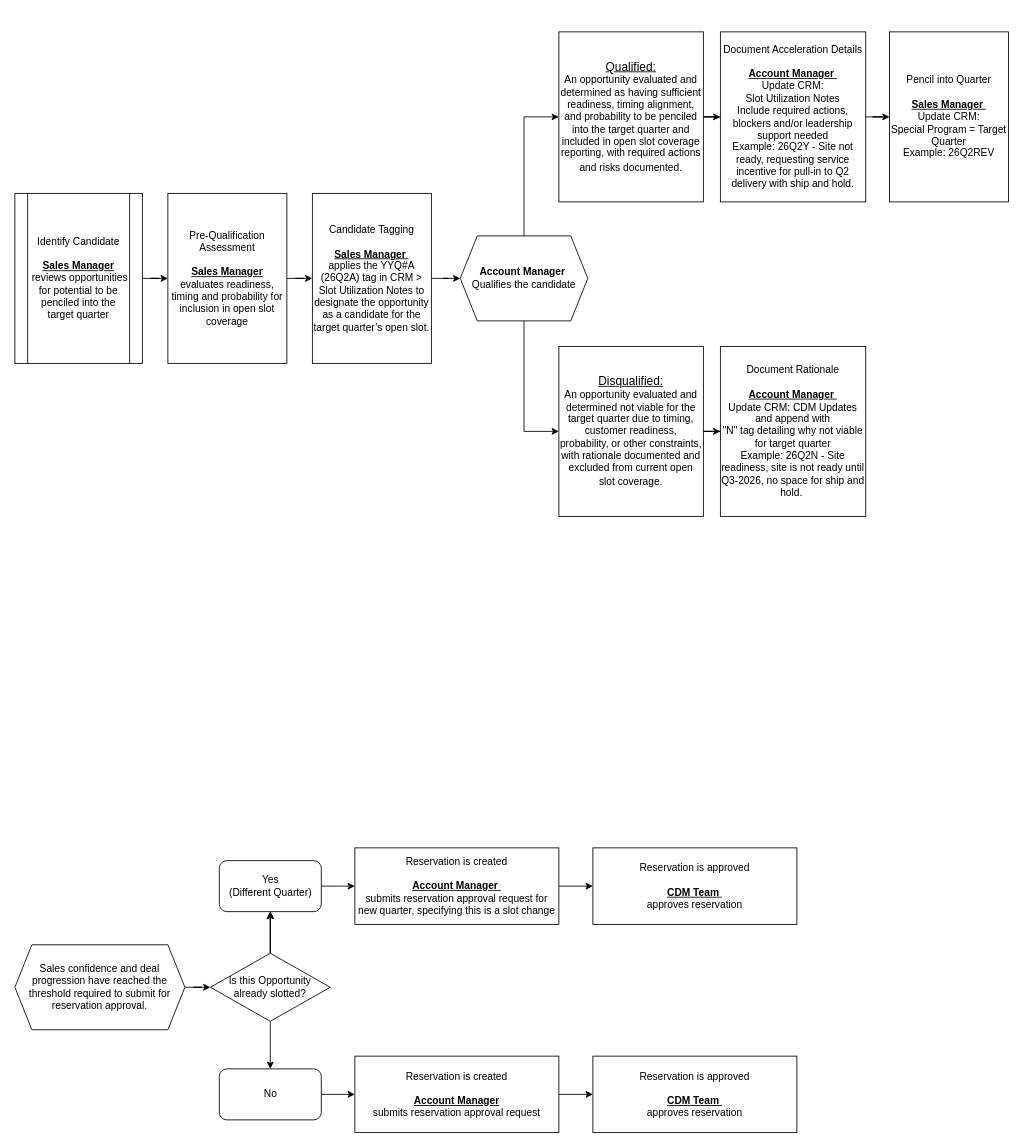
Above: page "Ideal State Landscape" (3 of 5) of md/Slot Optimization Program Qualification.drawio in dclose84/Training (draw.io), before the change. Source tidied: cells renumbered, new cells numbered last; positions are measured from the earlier drawing's top-left corner, leaving out a move shared by most shapes. Both pictures are drawn from the tidied source at 85%, with x=0, y=0 at pixel (14, 31).
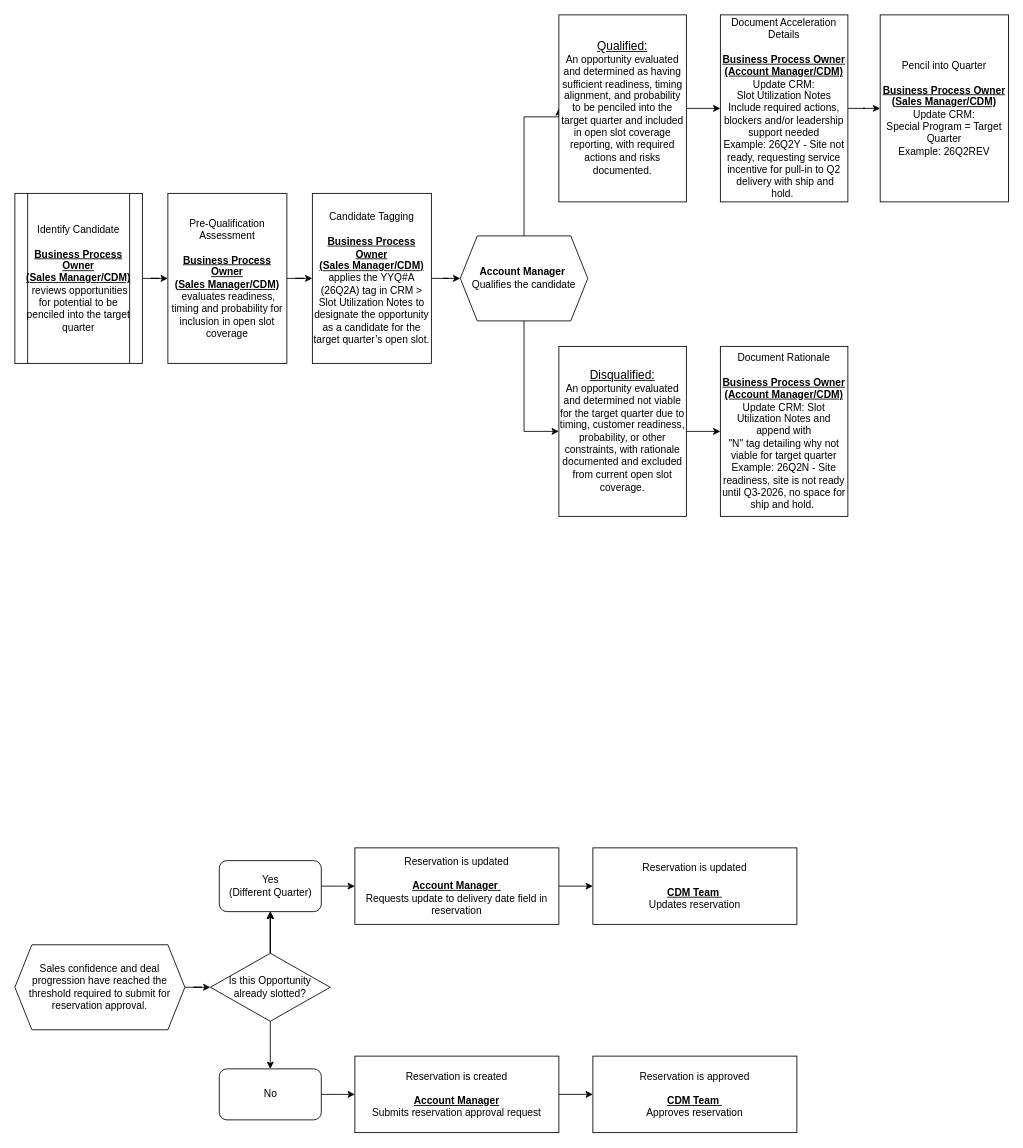
Above is the later version.

What changed in the source:
```diff
@@
-    <mxCell id="4" value="Pre-Qualification Assessment&lt;div&gt;&lt;br&gt;&lt;div&gt;&lt;b&gt;&lt;u&gt;Sales Manager&lt;/u&gt;&lt;/b&gt; evaluates readiness, timing and probability for inclusion in open slot coverage&lt;/div&gt;&lt;/div&gt;" style="whiteSpace=wrap;html=1;" parent="1" vertex="1">
+    <mxCell id="4" value="Pre-Qualification Assessment&lt;div&gt;&lt;br&gt;&lt;div&gt;&lt;u&gt;&lt;b&gt;Business Process Owner (&lt;/b&gt;&lt;/u&gt;&lt;u&gt;&lt;b&gt;Sales&amp;nbsp;&lt;/b&gt;&lt;/u&gt;&lt;u&gt;&lt;b&gt;Manager/CDM)&lt;/b&gt;&lt;/u&gt;&lt;/div&gt;&lt;div&gt;&amp;nbsp;evaluates readiness, timing and probability for inclusion in open slot coverage&lt;/div&gt;&lt;/div&gt;" style="whiteSpace=wrap;html=1;" parent="1" vertex="1">
       <mxGeometry x="180" y="190" width="140" height="200" as="geometry" />
     </mxCell>
@@
-    <mxCell id="6" value="&lt;div&gt;Candidate Tagging&lt;/div&gt;&lt;div&gt;&lt;br&gt;&lt;/div&gt;&lt;div&gt;&lt;u&gt;&lt;b&gt;Sales Manager&amp;nbsp;&lt;/b&gt;&lt;/u&gt;&lt;/div&gt;&lt;div&gt;applies the YYQ#A (26Q2A) tag in CRM &amp;gt; Slot Utilization Notes to designate the opportunity as a candidate for the target quarter’s open slot.&lt;/div&gt;" style="whiteSpace=wrap;html=1;" parent="1" vertex="1">
+    <mxCell id="6" value="&lt;div&gt;Candidate Tagging&lt;/div&gt;&lt;div&gt;&lt;br&gt;&lt;/div&gt;&lt;div&gt;&lt;div&gt;&lt;u&gt;&lt;b&gt;Business Process Owner (&lt;/b&gt;&lt;/u&gt;&lt;u&gt;&lt;b&gt;Sales&amp;nbsp;&lt;/b&gt;&lt;/u&gt;&lt;u&gt;&lt;b&gt;Manager/CDM)&lt;/b&gt;&lt;/u&gt;&lt;/div&gt;&lt;/div&gt;&lt;div&gt;applies the YYQ#A (26Q2A) tag in CRM &amp;gt; Slot Utilization Notes to designate the opportunity as a candidate for the target quarter’s open slot.&lt;/div&gt;" style="whiteSpace=wrap;html=1;" parent="1" vertex="1">
       <mxGeometry x="350" y="190" width="140" height="200" as="geometry" />
     </mxCell>
@@
     <mxCell id="8" value="&lt;font style=&quot;font-size: 14px;&quot;&gt;&lt;u&gt;Disqualified:&lt;/u&gt;&lt;/font&gt;&lt;div&gt;&lt;font style=&quot;&quot;&gt;&lt;font&gt;An opportunity evaluated and determined not viable for the target quarter due to timing, customer readiness, probability, or other constraints, with rationale documented and excluded from current open slot coverage.&lt;/font&gt;&lt;span style=&quot;font-size: 14px;&quot;&gt;&lt;u&gt;&lt;/u&gt;&lt;/span&gt;&lt;/font&gt;&lt;/div&gt;" style="rounded=0;whiteSpace=wrap;html=1;" parent="1" vertex="1">
-      <mxGeometry x="640" y="370" width="170" height="200" as="geometry" />
+      <mxGeometry x="640" y="370" width="150" height="200" as="geometry" />
     </mxCell>
-    <mxCell id="9" value="&lt;div&gt;Document Rationale&lt;/div&gt;&lt;div&gt;&lt;br&gt;&lt;/div&gt;&lt;div&gt;&lt;u&gt;&lt;b&gt;Account Manager&lt;/b&gt;&amp;nbsp;&lt;/u&gt;&lt;/div&gt;&lt;div&gt;Update CRM:&amp;nbsp;&lt;span style=&quot;background-color: transparent; color: light-dark(rgb(0, 0, 0), rgb(255, 255, 255));&quot;&gt;CDM Updates and append with &quot;N&quot;&amp;nbsp;tag&amp;nbsp;&lt;/span&gt;&lt;span style=&quot;background-color: transparent; color: light-dark(rgb(0, 0, 0), rgb(255, 255, 255));&quot;&gt;detailing why not viable for target quarter&lt;/span&gt;&lt;/div&gt;&lt;div&gt;&lt;span style=&quot;background-color: transparent; color: light-dark(rgb(0, 0, 0), rgb(255, 255, 255));&quot;&gt;Example: 26Q2N - Site readiness, site is not ready until Q3-2026, no space for ship and hold.&amp;nbsp;&lt;/span&gt;&lt;/div&gt;" style="rounded=0;whiteSpace=wrap;html=1;strokeColor=default;align=center;verticalAlign=middle;fontFamily=Helvetica;fontSize=12;fontColor=default;fillColor=default;" parent="1" vertex="1">
-      <mxGeometry x="830" y="370" width="171" height="200" as="geometry" />
+    <mxCell id="9" value="&lt;div&gt;Document Rationale&lt;/div&gt;&lt;div&gt;&lt;br&gt;&lt;/div&gt;&lt;div&gt;&lt;u style=&quot;background-color: transparent; color: light-dark(rgb(0, 0, 0), rgb(255, 255, 255));&quot;&gt;&lt;b&gt;Business Process Owner (Account Manager/CDM)&lt;/b&gt;&lt;/u&gt;&lt;/div&gt;&lt;div&gt;&lt;span style=&quot;background-color: transparent; color: light-dark(rgb(0, 0, 0), rgb(255, 255, 255));&quot;&gt;Update CRM:&amp;nbsp;&lt;/span&gt;Slot Utilization Notes&lt;span style=&quot;background-color: transparent; color: light-dark(rgb(0, 0, 0), rgb(255, 255, 255));&quot;&gt;&amp;nbsp;and append with &quot;N&quot;&amp;nbsp;tag&amp;nbsp;&lt;/span&gt;&lt;span style=&quot;background-color: transparent; color: light-dark(rgb(0, 0, 0), rgb(255, 255, 255));&quot;&gt;detailing why not viable for target quarter&lt;/span&gt;&lt;/div&gt;&lt;div&gt;&lt;span style=&quot;background-color: transparent; color: light-dark(rgb(0, 0, 0), rgb(255, 255, 255));&quot;&gt;Example: 26Q2N - Site readiness, site is not ready until Q3-2026, no space for ship and hold.&amp;nbsp;&lt;/span&gt;&lt;/div&gt;" style="rounded=0;whiteSpace=wrap;html=1;strokeColor=default;align=center;verticalAlign=middle;fontFamily=Helvetica;fontSize=12;fontColor=default;fillColor=default;" parent="1" vertex="1">
+      <mxGeometry x="830" y="370" width="150" height="200" as="geometry" />
     </mxCell>
@@
-    <mxCell id="19" value="&lt;div&gt;Pencil into Quarter&lt;/div&gt;&lt;div&gt;&lt;br&gt;&lt;/div&gt;&lt;div&gt;&lt;u&gt;&lt;b&gt;Sales Manager&lt;/b&gt;&amp;nbsp;&lt;/u&gt;&lt;/div&gt;&lt;div&gt;Update CRM:&lt;/div&gt;&lt;div&gt;&lt;span style=&quot;background-color: transparent; color: light-dark(rgb(0, 0, 0), rgb(255, 255, 255));&quot;&gt;Special Program = Target Quarter&lt;/span&gt;&lt;/div&gt;&lt;div&gt;&lt;span style=&quot;background-color: transparent; color: light-dark(rgb(0, 0, 0), rgb(255, 255, 255));&quot;&gt;Example: 26Q2REV&lt;/span&gt;&lt;/div&gt;" style="rounded=0;whiteSpace=wrap;html=1;strokeColor=default;align=center;verticalAlign=middle;fontFamily=Helvetica;fontSize=12;fontColor=default;fillColor=default;" parent="1" vertex="1">
-      <mxGeometry x="1029" width="140" height="200" as="geometry" />
+    <mxCell id="19" value="&lt;div&gt;Pencil into Quarter&lt;/div&gt;&lt;div&gt;&lt;br&gt;&lt;/div&gt;&lt;div&gt;&lt;u&gt;&lt;b&gt;Business Process Owner (&lt;/b&gt;&lt;/u&gt;&lt;u&gt;&lt;b&gt;Sales&amp;nbsp;&lt;/b&gt;&lt;/u&gt;&lt;u&gt;&lt;b&gt;Manager/CDM)&lt;/b&gt;&lt;/u&gt;&lt;/div&gt;&lt;div&gt;Update CRM:&lt;/div&gt;&lt;div&gt;&lt;span style=&quot;background-color: transparent; color: light-dark(rgb(0, 0, 0), rgb(255, 255, 255));&quot;&gt;Special Program = Target Quarter&lt;/span&gt;&lt;/div&gt;&lt;div&gt;&lt;span style=&quot;background-color: transparent; color: light-dark(rgb(0, 0, 0), rgb(255, 255, 255));&quot;&gt;Example: 26Q2REV&lt;/span&gt;&lt;/div&gt;" style="rounded=0;whiteSpace=wrap;html=1;strokeColor=default;align=center;verticalAlign=middle;fontFamily=Helvetica;fontSize=12;fontColor=default;fillColor=default;" parent="1" vertex="1">
+      <mxGeometry x="1018" y="-20" width="151" height="220" as="geometry" />
     </mxCell>
@@
-    <mxCell id="21" value="&lt;div&gt;Identify Candidate&lt;/div&gt;&lt;div&gt;&lt;b&gt;&lt;u&gt;&lt;br&gt;&lt;/u&gt;&lt;/b&gt;&lt;/div&gt;&lt;div&gt;&lt;b&gt;&lt;u&gt;Sales Manager&lt;/u&gt;&lt;/b&gt;&lt;/div&gt;&lt;div&gt;&amp;nbsp;reviews opportunities for potential to be penciled into the target quarter&lt;/div&gt;" style="shape=process;whiteSpace=wrap;html=1;backgroundOutline=1;" parent="1" vertex="1">
+    <mxCell id="21" value="&lt;div&gt;Identify Candidate&lt;/div&gt;&lt;div&gt;&lt;b&gt;&lt;u&gt;&lt;br&gt;&lt;/u&gt;&lt;/b&gt;&lt;/div&gt;&lt;div&gt;&lt;u&gt;&lt;b&gt;Business Process Owner (&lt;/b&gt;&lt;/u&gt;&lt;u&gt;&lt;b&gt;Sales&amp;nbsp;&lt;/b&gt;&lt;/u&gt;&lt;u&gt;&lt;b&gt;Manager/CDM)&lt;/b&gt;&lt;/u&gt;&lt;/div&gt;&lt;div&gt;&lt;span style=&quot;background-color: transparent; color: light-dark(rgb(0, 0, 0), rgb(255, 255, 255));&quot;&gt;&amp;nbsp;reviews opportunities for potential to be penciled into the target quarter&lt;/span&gt;&lt;/div&gt;" style="shape=process;whiteSpace=wrap;html=1;backgroundOutline=1;" parent="1" vertex="1">
       <mxGeometry y="190" width="150" height="200" as="geometry" />
     </mxCell>
@@
-    <mxCell id="28" value="&lt;div&gt;Reservation is created&lt;/div&gt;&lt;div&gt;&lt;br&gt;&lt;/div&gt;&lt;div&gt;&lt;u&gt;&lt;b&gt;Account Manager&lt;/b&gt;&amp;nbsp;&lt;/u&gt;&lt;/div&gt;&lt;div&gt;submits reservation approval request for new quarter, specifying this is a slot change&lt;br&gt;&lt;/div&gt;" style="rounded=0;whiteSpace=wrap;html=1;strokeColor=default;align=center;verticalAlign=middle;fontFamily=Helvetica;fontSize=12;fontColor=default;fillColor=default;" parent="1" vertex="1">
+    <mxCell id="28" value="&lt;div&gt;Reservation is updated&lt;/div&gt;&lt;div&gt;&lt;br&gt;&lt;/div&gt;&lt;div&gt;&lt;u&gt;&lt;b&gt;Account Manager&lt;/b&gt;&amp;nbsp;&lt;/u&gt;&lt;/div&gt;&lt;div&gt;Requests update to delivery date field in reservation&lt;/div&gt;" style="rounded=0;whiteSpace=wrap;html=1;strokeColor=default;align=center;verticalAlign=middle;fontFamily=Helvetica;fontSize=12;fontColor=default;fillColor=default;" parent="1" vertex="1">
       <mxGeometry x="400" y="960" width="240" height="90" as="geometry" />
     </mxCell>
@@
-    <mxCell id="30" value="&lt;div&gt;Reservation is created&lt;/div&gt;&lt;div&gt;&lt;br&gt;&lt;/div&gt;&lt;div&gt;&lt;b&gt;&lt;u&gt;Account Manager&lt;/u&gt;&lt;/b&gt;&lt;/div&gt;&lt;div&gt;submits reservation approval request&lt;br&gt;&lt;/div&gt;" style="rounded=0;whiteSpace=wrap;html=1;strokeColor=default;align=center;verticalAlign=middle;fontFamily=Helvetica;fontSize=12;fontColor=default;fillColor=default;" parent="1" vertex="1">
+    <mxCell id="30" value="&lt;div&gt;Reservation is created&lt;/div&gt;&lt;div&gt;&lt;br&gt;&lt;/div&gt;&lt;div&gt;&lt;b&gt;&lt;u&gt;Account Manager&lt;/u&gt;&lt;/b&gt;&lt;/div&gt;&lt;div&gt;Submits reservation approval request&lt;br&gt;&lt;/div&gt;" style="rounded=0;whiteSpace=wrap;html=1;strokeColor=default;align=center;verticalAlign=middle;fontFamily=Helvetica;fontSize=12;fontColor=default;fillColor=default;" parent="1" vertex="1">
       <mxGeometry x="400" y="1205" width="240" height="90" as="geometry" />
     </mxCell>
-    <mxCell id="31" value="&lt;div&gt;Reservation is approved&lt;/div&gt;&lt;div&gt;&lt;br&gt;&lt;/div&gt;&lt;div&gt;&lt;u&gt;&lt;b&gt;CDM Team&amp;nbsp;&lt;/b&gt;&lt;/u&gt;&lt;/div&gt;&lt;div&gt;approves reservation&lt;br&gt;&lt;/div&gt;" style="rounded=0;whiteSpace=wrap;html=1;strokeColor=default;align=center;verticalAlign=middle;fontFamily=Helvetica;fontSize=12;fontColor=default;fillColor=default;" parent="1" vertex="1">
+    <mxCell id="31" value="&lt;div&gt;Reservation is approved&lt;/div&gt;&lt;div&gt;&lt;br&gt;&lt;/div&gt;&lt;div&gt;&lt;u&gt;&lt;b&gt;CDM Team&amp;nbsp;&lt;/b&gt;&lt;/u&gt;&lt;/div&gt;&lt;div&gt;Approves reservation&lt;br&gt;&lt;/div&gt;" style="rounded=0;whiteSpace=wrap;html=1;strokeColor=default;align=center;verticalAlign=middle;fontFamily=Helvetica;fontSize=12;fontColor=default;fillColor=default;" parent="1" vertex="1">
       <mxGeometry x="680" y="1205" width="240" height="90" as="geometry" />
     </mxCell>
-    <mxCell id="32" value="&lt;div&gt;Reservation is approved&lt;/div&gt;&lt;div&gt;&lt;br&gt;&lt;/div&gt;&lt;div&gt;&lt;u&gt;&lt;b&gt;CDM Team&lt;/b&gt;&amp;nbsp;&lt;/u&gt;&lt;/div&gt;&lt;div&gt;approves reservation&lt;br&gt;&lt;/div&gt;" style="rounded=0;whiteSpace=wrap;html=1;strokeColor=default;align=center;verticalAlign=middle;fontFamily=Helvetica;fontSize=12;fontColor=default;fillColor=default;" parent="1" vertex="1">
+    <mxCell id="32" value="&lt;div&gt;Reservation is updated&lt;/div&gt;&lt;div&gt;&lt;br&gt;&lt;/div&gt;&lt;div&gt;&lt;u&gt;&lt;b&gt;CDM Team&lt;/b&gt;&amp;nbsp;&lt;/u&gt;&lt;/div&gt;&lt;div&gt;Updates reservation&lt;br&gt;&lt;/div&gt;" style="rounded=0;whiteSpace=wrap;html=1;strokeColor=default;align=center;verticalAlign=middle;fontFamily=Helvetica;fontSize=12;fontColor=default;fillColor=default;" parent="1" vertex="1">
       <mxGeometry x="680" y="960" width="240" height="90" as="geometry" />
     </mxCell>
     <mxCell id="33" value="&lt;font style=&quot;font-size: 14px;&quot;&gt;&lt;u&gt;Qualified:&lt;/u&gt;&lt;/font&gt;&lt;div&gt;&lt;font style=&quot;&quot;&gt;&lt;font&gt;An opportunity evaluated and determined as having sufficient readiness, timing alignment, and probability to be penciled into the target quarter and included in open slot coverage reporting, with required actions and risks documented.&lt;/font&gt;&lt;span style=&quot;font-size: 14px;&quot;&gt;&lt;u&gt;&lt;/u&gt;&lt;/span&gt;&lt;/font&gt;&lt;/div&gt;" style="rounded=0;whiteSpace=wrap;html=1;" parent="1" vertex="1">
-      <mxGeometry x="640" width="170" height="200" as="geometry" />
+      <mxGeometry x="640" y="-20" width="150" height="220" as="geometry" />
     </mxCell>
@@
-    <mxCell id="35" value="&lt;div&gt;Document Acceleration Details&lt;/div&gt;&lt;div&gt;&lt;br&gt;&lt;/div&gt;&lt;div&gt;&lt;u&gt;&lt;b&gt;Account Manager&lt;/b&gt;&amp;nbsp;&lt;/u&gt;&lt;/div&gt;&lt;div&gt;Update CRM:&lt;/div&gt;&lt;div&gt;Slot Utilization Notes&lt;/div&gt;&lt;div&gt;Include required actions, blockers and/or leadership support needed&lt;/div&gt;&lt;div&gt;Example: 26Q2Y - Site not ready, requesting service incentive for pull-in to Q2&lt;/div&gt;&lt;div&gt;&amp;nbsp;delivery with ship and hold.&amp;nbsp;&lt;/div&gt;" style="rounded=0;whiteSpace=wrap;html=1;strokeColor=default;align=center;verticalAlign=middle;fontFamily=Helvetica;fontSize=12;fontColor=default;fillColor=default;" parent="1" vertex="1">
-      <mxGeometry x="830" width="171" height="200" as="geometry" />
+    <mxCell id="35" value="&lt;div&gt;Document Acceleration Details&lt;/div&gt;&lt;div&gt;&lt;br&gt;&lt;/div&gt;&lt;div&gt;&lt;u&gt;&lt;b&gt;Business Process Owner (Account Manager/CDM)&lt;/b&gt;&lt;/u&gt;&lt;/div&gt;&lt;div&gt;Update CRM:&lt;/div&gt;&lt;div&gt;Slot Utilization Notes&lt;/div&gt;&lt;div&gt;Include required actions, blockers and/or leadership support needed&lt;/div&gt;&lt;div&gt;Example: 26Q2Y - Site not ready, requesting service incentive for pull-in to Q2&lt;/div&gt;&lt;div&gt;&amp;nbsp;delivery with ship and hold.&amp;nbsp;&lt;/div&gt;" style="rounded=0;whiteSpace=wrap;html=1;strokeColor=default;align=center;verticalAlign=middle;fontFamily=Helvetica;fontSize=12;fontColor=default;fillColor=default;" parent="1" vertex="1">
+      <mxGeometry x="830" y="-20" width="150" height="220" as="geometry" />
     </mxCell>
```
